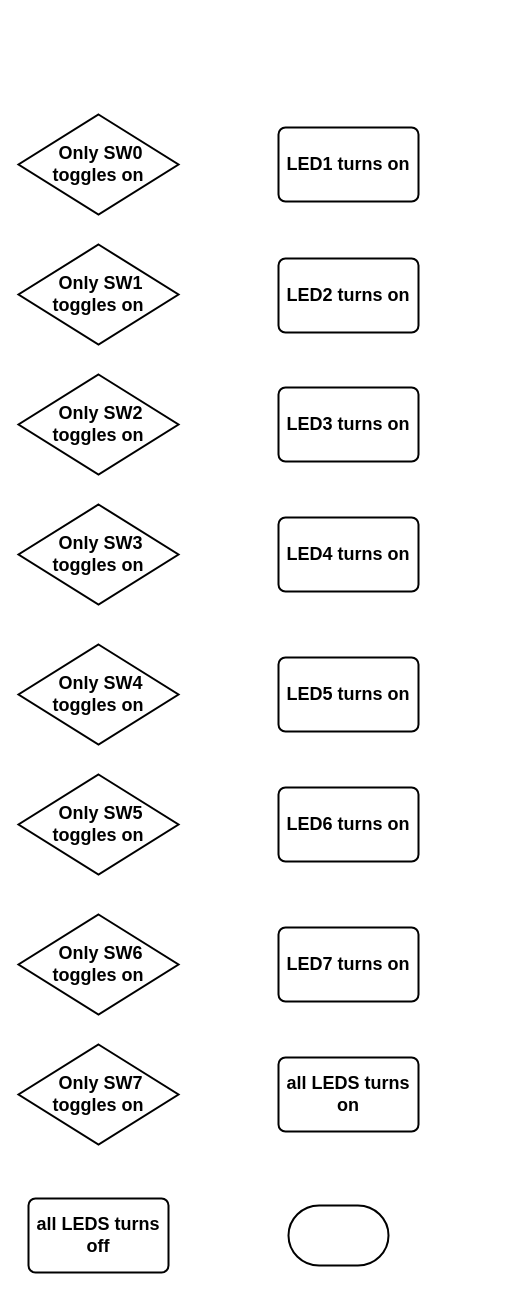
The draw.io diagram page "task1" (1 of 3) of MEC302_flowcharts.drawio in 1102131860/MEC302, before the edit. Source tidied: cells renumbered, new cells numbered last; positions are measured from the earlier drawing's top-left corner, leaving out a move shared by most shapes. Both pictures are drawn from the tidied source at 100%, with x=0, y=0 at pixel (18, 114).
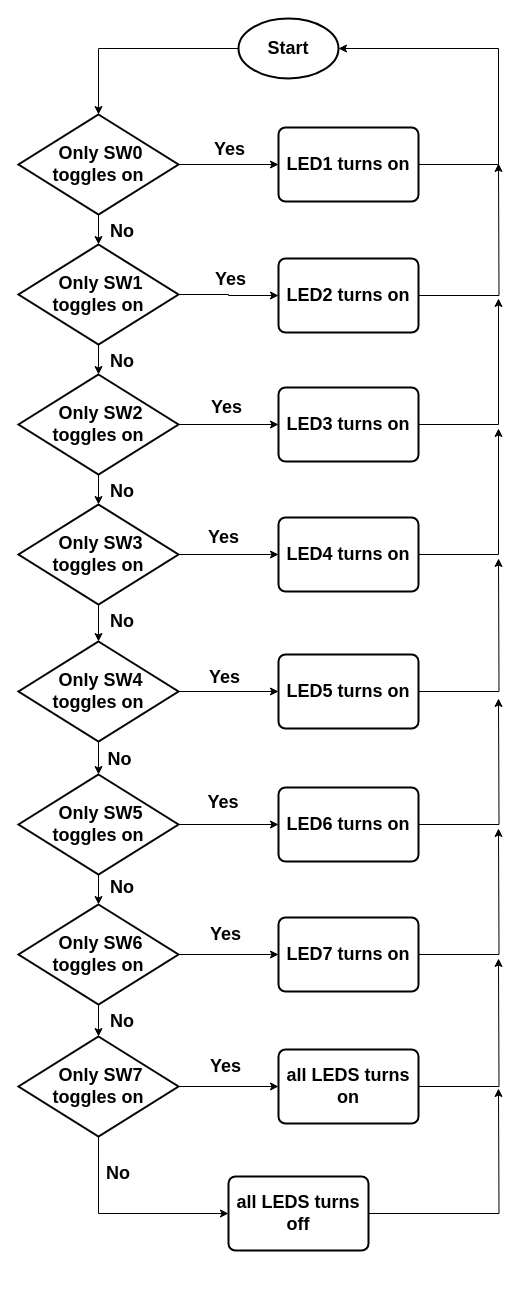
After the change.

Unchanged cells that the change refers to:
```xml
<mxCell id="2" value="&lt;b&gt;&lt;font style=&quot;font-size: 18px;&quot;&gt;&amp;nbsp;Only SW0 toggles on&lt;/font&gt;&lt;/b&gt;" style="strokeWidth=2;html=1;shape=mxgraph.flowchart.decision;whiteSpace=wrap;" parent="1" vertex="1">
  <mxGeometry width="160" height="100" as="geometry" />
</mxCell>
<mxCell id="3" value="&lt;b&gt;&lt;font style=&quot;font-size: 18px;&quot;&gt;&amp;nbsp;Only SW1 toggles on&lt;/font&gt;&lt;/b&gt;" style="strokeWidth=2;html=1;shape=mxgraph.flowchart.decision;whiteSpace=wrap;" parent="1" vertex="1">
  <mxGeometry y="130" width="160" height="100" as="geometry" />
</mxCell>
<mxCell id="4" value="&lt;b&gt;&lt;font style=&quot;font-size: 18px;&quot;&gt;&amp;nbsp;Only SW2 toggles on&lt;/font&gt;&lt;/b&gt;" style="strokeWidth=2;html=1;shape=mxgraph.flowchart.decision;whiteSpace=wrap;" parent="1" vertex="1">
  <mxGeometry y="260" width="160" height="100" as="geometry" />
</mxCell>
<mxCell id="5" value="&lt;b&gt;&lt;font style=&quot;font-size: 18px;&quot;&gt;&amp;nbsp;Only SW3 toggles on&lt;/font&gt;&lt;/b&gt;" style="strokeWidth=2;html=1;shape=mxgraph.flowchart.decision;whiteSpace=wrap;" parent="1" vertex="1">
  <mxGeometry y="390" width="160" height="100" as="geometry" />
</mxCell>
<mxCell id="7" value="&lt;b&gt;&lt;font style=&quot;font-size: 18px;&quot;&gt;&amp;nbsp;Only SW5 toggles on&lt;/font&gt;&lt;/b&gt;" style="strokeWidth=2;html=1;shape=mxgraph.flowchart.decision;whiteSpace=wrap;" parent="1" vertex="1">
  <mxGeometry y="660" width="160" height="100" as="geometry" />
</mxCell>
<mxCell id="10" value="&lt;font style=&quot;font-size: 18px;&quot;&gt;&lt;b&gt;LED1 turns on&lt;/b&gt;&lt;/font&gt;" style="rounded=1;whiteSpace=wrap;html=1;absoluteArcSize=1;arcSize=14;strokeWidth=2;" parent="1" vertex="1">
  <mxGeometry x="260" y="13" width="140" height="74" as="geometry" />
</mxCell>
<mxCell id="11" value="&lt;font style=&quot;font-size: 18px;&quot;&gt;&lt;b&gt;LED2 turns on&lt;/b&gt;&lt;/font&gt;" style="rounded=1;whiteSpace=wrap;html=1;absoluteArcSize=1;arcSize=14;strokeWidth=2;" parent="1" vertex="1">
  <mxGeometry x="260" y="144" width="140" height="74" as="geometry" />
</mxCell>
<mxCell id="12" value="&lt;font style=&quot;font-size: 18px;&quot;&gt;&lt;b&gt;LED3 turns on&lt;/b&gt;&lt;/font&gt;" style="rounded=1;whiteSpace=wrap;html=1;absoluteArcSize=1;arcSize=14;strokeWidth=2;" parent="1" vertex="1">
  <mxGeometry x="260" y="273" width="140" height="74" as="geometry" />
</mxCell>
<mxCell id="13" value="&lt;font style=&quot;font-size: 18px;&quot;&gt;&lt;b&gt;LED4 turns on&lt;/b&gt;&lt;/font&gt;" style="rounded=1;whiteSpace=wrap;html=1;absoluteArcSize=1;arcSize=14;strokeWidth=2;" parent="1" vertex="1">
  <mxGeometry x="260" y="403" width="140" height="74" as="geometry" />
</mxCell>
<mxCell id="15" value="&lt;font style=&quot;font-size: 18px;&quot;&gt;&lt;b&gt;LED6 turns on&lt;/b&gt;&lt;/font&gt;" style="rounded=1;whiteSpace=wrap;html=1;absoluteArcSize=1;arcSize=14;strokeWidth=2;" parent="1" vertex="1">
  <mxGeometry x="260" y="673" width="140" height="74" as="geometry" />
</mxCell>
```

What changed in the source:
```diff
@@
+    <mxCell id="20" style="edgeStyle=orthogonalEdgeStyle;rounded=0;jettySize=auto;html=1;exitX=1;exitY=0.5;exitDx=0;exitDy=0;exitPerimeter=0;entryX=0;entryY=0.5;entryDx=0;entryDy=0;" parent="1" edge="1" source="2" target="10">
+      <mxGeometry relative="1" as="geometry" />
+    </mxCell>
+    <mxCell id="21" value="&lt;b&gt;&lt;font style=&quot;font-size: 18px;&quot;&gt;Yes&lt;/font&gt;&lt;/b&gt;" style="edgeLabel;html=1;align=center;verticalAlign=middle;" parent="20" vertex="1">
+      <mxGeometry x="-0.21" y="2" relative="1" as="geometry">
+        <mxPoint x="10" y="-14" as="offset" />
+      </mxGeometry>
+    </mxCell>
+    <mxCell id="22" style="rounded=0;jettySize=auto;html=1;entryX=0.5;entryY=0;entryDx=0;entryDy=0;entryPerimeter=0;exitX=0.5;exitY=1;exitDx=0;exitDy=0;exitPerimeter=0;" parent="1" edge="1" source="2" target="3">
+      <mxGeometry relative="1" as="geometry" />
+    </mxCell>
@@
+    <mxCell id="23" style="edgeStyle=orthogonalEdgeStyle;rounded=0;jettySize=auto;html=1;exitX=1;exitY=0.5;exitDx=0;exitDy=0;exitPerimeter=0;entryX=0;entryY=0.5;entryDx=0;entryDy=0;" parent="1" edge="1" source="3" target="11">
+      <mxGeometry relative="1" as="geometry" />
+    </mxCell>
+    <mxCell id="24" style="rounded=0;jettySize=auto;html=1;entryX=0.5;entryY=0;entryDx=0;entryDy=0;entryPerimeter=0;exitX=0.5;exitY=1;exitDx=0;exitDy=0;exitPerimeter=0;" parent="1" edge="1" source="3" target="4">
+      <mxGeometry relative="1" as="geometry" />
+    </mxCell>
@@
+    <mxCell id="25" style="edgeStyle=orthogonalEdgeStyle;rounded=0;jettySize=auto;html=1;exitX=1;exitY=0.5;exitDx=0;exitDy=0;exitPerimeter=0;entryX=0;entryY=0.5;entryDx=0;entryDy=0;" parent="1" edge="1" source="4" target="12">
+      <mxGeometry relative="1" as="geometry" />
+    </mxCell>
+    <mxCell id="26" style="rounded=0;jettySize=auto;html=1;exitX=0.5;exitY=1;exitDx=0;exitDy=0;exitPerimeter=0;entryX=0.5;entryY=0;entryDx=0;entryDy=0;entryPerimeter=0;" parent="1" edge="1" source="4" target="5">
+      <mxGeometry relative="1" as="geometry" />
+    </mxCell>
@@
+    <mxCell id="27" style="edgeStyle=orthogonalEdgeStyle;rounded=0;jettySize=auto;html=1;exitX=1;exitY=0.5;exitDx=0;exitDy=0;exitPerimeter=0;entryX=0;entryY=0.5;entryDx=0;entryDy=0;" parent="1" edge="1" source="5" target="13">
+      <mxGeometry relative="1" as="geometry" />
+    </mxCell>
+    <mxCell id="28" style="edgeStyle=orthogonalEdgeStyle;rounded=0;jettySize=auto;html=1;entryX=0.5;entryY=0;entryDx=0;entryDy=0;entryPerimeter=0;exitX=0.5;exitY=1;exitDx=0;exitDy=0;exitPerimeter=0;" parent="1" edge="1" source="5" target="6">
+      <mxGeometry relative="1" as="geometry" />
+    </mxCell>
@@
+    <mxCell id="29" style="edgeStyle=orthogonalEdgeStyle;rounded=0;jettySize=auto;html=1;exitX=1;exitY=0.5;exitDx=0;exitDy=0;exitPerimeter=0;entryX=0;entryY=0.5;entryDx=0;entryDy=0;" parent="1" edge="1" source="6" target="14">
+      <mxGeometry relative="1" as="geometry" />
+    </mxCell>
+    <mxCell id="30" style="rounded=0;jettySize=auto;html=1;exitX=0.5;exitY=1;exitDx=0;exitDy=0;exitPerimeter=0;entryX=0.5;entryY=0;entryDx=0;entryDy=0;entryPerimeter=0;" parent="1" edge="1" source="6" target="7">
+      <mxGeometry relative="1" as="geometry" />
+    </mxCell>
+    <mxCell id="31" value="&lt;b style=&quot;font-size: 18px;&quot;&gt;No&lt;/b&gt;" style="edgeLabel;html=1;align=center;verticalAlign=middle;" parent="30" vertex="1">
+      <mxGeometry x="-0.15" y="3" relative="1" as="geometry">
+        <mxPoint x="17" y="3" as="offset" />
+      </mxGeometry>
+    </mxCell>
     <mxCell id="6" value="&lt;b&gt;&lt;font style=&quot;font-size: 18px;&quot;&gt;&amp;nbsp;Only SW4 toggles on&lt;/font&gt;&lt;/b&gt;" style="strokeWidth=2;html=1;shape=mxgraph.flowchart.decision;whiteSpace=wrap;" parent="1" vertex="1">
-      <mxGeometry y="530" width="160" height="100" as="geometry" />
+      <mxGeometry y="527" width="160" height="100" as="geometry" />
     </mxCell>
+    <mxCell id="32" style="edgeStyle=orthogonalEdgeStyle;rounded=0;jettySize=auto;html=1;exitX=1;exitY=0.5;exitDx=0;exitDy=0;exitPerimeter=0;entryX=0;entryY=0.5;entryDx=0;entryDy=0;" parent="1" edge="1" source="7" target="15">
+      <mxGeometry relative="1" as="geometry" />
+    </mxCell>
+    <mxCell id="33" style="rounded=0;jettySize=auto;html=1;exitX=0.5;exitY=1;exitDx=0;exitDy=0;exitPerimeter=0;entryX=0.5;entryY=0;entryDx=0;entryDy=0;entryPerimeter=0;" parent="1" edge="1" source="7" target="8">
+      <mxGeometry relative="1" as="geometry" />
+    </mxCell>
@@
+    <mxCell id="34" style="edgeStyle=orthogonalEdgeStyle;rounded=0;jettySize=auto;html=1;exitX=1;exitY=0.5;exitDx=0;exitDy=0;exitPerimeter=0;entryX=0;entryY=0.5;entryDx=0;entryDy=0;" parent="1" edge="1" source="8" target="16">
+      <mxGeometry relative="1" as="geometry" />
+    </mxCell>
+    <mxCell id="35" style="rounded=0;jettySize=auto;html=1;exitX=0.5;exitY=1;exitDx=0;exitDy=0;exitPerimeter=0;entryX=0.5;entryY=0;entryDx=0;entryDy=0;entryPerimeter=0;" parent="1" edge="1" source="8" target="9">
+      <mxGeometry relative="1" as="geometry" />
+    </mxCell>
     <mxCell id="8" value="&lt;b&gt;&lt;font style=&quot;font-size: 18px;&quot;&gt;&amp;nbsp;Only SW6 toggles on&lt;/font&gt;&lt;/b&gt;" style="strokeWidth=2;html=1;shape=mxgraph.flowchart.decision;whiteSpace=wrap;" parent="1" vertex="1">
-      <mxGeometry y="800" width="160" height="100" as="geometry" />
+      <mxGeometry y="790" width="160" height="100" as="geometry" />
     </mxCell>
+    <mxCell id="36" style="edgeStyle=orthogonalEdgeStyle;rounded=0;jettySize=auto;html=1;exitX=1;exitY=0.5;exitDx=0;exitDy=0;exitPerimeter=0;entryX=0;entryY=0.5;entryDx=0;entryDy=0;" parent="1" edge="1" source="9" target="17">
+      <mxGeometry relative="1" as="geometry" />
+    </mxCell>
     <mxCell id="9" value="&lt;b&gt;&lt;font style=&quot;font-size: 18px;&quot;&gt;&amp;nbsp;Only SW7 toggles on&lt;/font&gt;&lt;/b&gt;" style="strokeWidth=2;html=1;shape=mxgraph.flowchart.decision;whiteSpace=wrap;" parent="1" vertex="1">
-      <mxGeometry y="930" width="160" height="100" as="geometry" />
+      <mxGeometry y="922" width="160" height="100" as="geometry" />
     </mxCell>
@@
     <mxCell id="14" value="&lt;font style=&quot;font-size: 18px;&quot;&gt;&lt;b&gt;LED5 turns on&lt;/b&gt;&lt;/font&gt;" style="rounded=1;whiteSpace=wrap;html=1;absoluteArcSize=1;arcSize=14;strokeWidth=2;" parent="1" vertex="1">
-      <mxGeometry x="260" y="543" width="140" height="74" as="geometry" />
+      <mxGeometry x="260" y="540" width="140" height="74" as="geometry" />
     </mxCell>
@@
     <mxCell id="16" value="&lt;font style=&quot;font-size: 18px;&quot;&gt;&lt;b&gt;LED7 turns on&lt;/b&gt;&lt;/font&gt;" style="rounded=1;whiteSpace=wrap;html=1;absoluteArcSize=1;arcSize=14;strokeWidth=2;" parent="1" vertex="1">
-      <mxGeometry x="260" y="813" width="140" height="74" as="geometry" />
+      <mxGeometry x="260" y="803" width="140" height="74" as="geometry" />
     </mxCell>
     <mxCell id="17" value="&lt;font style=&quot;font-size: 18px;&quot;&gt;&lt;b&gt;all LEDS turns on&lt;/b&gt;&lt;/font&gt;" style="rounded=1;whiteSpace=wrap;html=1;absoluteArcSize=1;arcSize=14;strokeWidth=2;" parent="1" vertex="1">
-      <mxGeometry x="260" y="943" width="140" height="74" as="geometry" />
+      <mxGeometry x="260" y="935" width="140" height="74" as="geometry" />
     </mxCell>
     <mxCell id="18" value="&lt;font style=&quot;font-size: 18px;&quot;&gt;&lt;b&gt;all LEDS turns off&lt;/b&gt;&lt;/font&gt;" style="rounded=1;whiteSpace=wrap;html=1;absoluteArcSize=1;arcSize=14;strokeWidth=2;" parent="1" vertex="1">
-      <mxGeometry x="10" y="1084" width="140" height="74" as="geometry" />
+      <mxGeometry x="210" y="1062" width="140" height="74" as="geometry" />
     </mxCell>
-    <mxCell id="19" style="strokeWidth=2;html=1;shape=mxgraph.flowchart.terminator;whiteSpace=wrap;" parent="1" vertex="1">
-      <mxGeometry x="270" y="1091" width="100" height="60" as="geometry" />
-    </mxCell>
+    <mxCell id="37" value="&lt;b&gt;&lt;font style=&quot;font-size: 18px;&quot;&gt;Start&lt;/font&gt;&lt;/b&gt;" style="strokeWidth=2;html=1;shape=mxgraph.flowchart.start_1;whiteSpace=wrap;" parent="1" vertex="1">
+      <mxGeometry x="220" y="-96" width="100" height="60" as="geometry" />
+    </mxCell>
+    <mxCell id="38" style="endArrow=classic;html=1;rounded=0;entryX=0.5;entryY=0;entryDx=0;entryDy=0;entryPerimeter=0;exitX=0;exitY=0.5;exitDx=0;exitDy=0;exitPerimeter=0;edgeStyle=orthogonalEdgeStyle;" parent="1" edge="1" source="37" target="2">
+      <mxGeometry relative="1" as="geometry" />
+    </mxCell>
+    <mxCell id="39" style="endArrow=classic;html=1;rounded=0;entryX=1;entryY=0.5;entryDx=0;entryDy=0;entryPerimeter=0;exitX=1;exitY=0.5;exitDx=0;exitDy=0;edgeStyle=orthogonalEdgeStyle;" parent="1" edge="1" source="10" target="37">
+      <mxGeometry relative="1" as="geometry">
+        <Array as="points">
+          <mxPoint x="480" y="50" />
+          <mxPoint x="480" y="-66" />
+        </Array>
+      </mxGeometry>
+    </mxCell>
+    <mxCell id="40" style="endArrow=classic;html=1;rounded=0;exitX=1;exitY=0.5;exitDx=0;exitDy=0;edgeStyle=orthogonalEdgeStyle;" parent="1" edge="1" source="11">
+      <mxGeometry relative="1" as="geometry">
+        <mxPoint x="480" y="49" as="targetPoint" />
+      </mxGeometry>
+    </mxCell>
+    <mxCell id="41" value="&lt;b style=&quot;forced-color-adjust: none; color: rgb(0, 0, 0); font-family: Helvetica; font-size: 18px; font-style: normal; font-variant-ligatures: normal; font-variant-caps: normal; letter-spacing: normal; orphans: 2; text-align: center; text-indent: 0px; text-transform: none; widows: 2; word-spacing: 0px; -webkit-text-stroke-width: 0px; white-space: nowrap; background-color: rgb(255, 255, 255); text-decoration-thickness: initial; text-decoration-style: initial; text-decoration-color: initial;&quot;&gt;No&lt;/b&gt;" style="text;whiteSpace=wrap;html=1;" parent="1" vertex="1">
+      <mxGeometry x="90" y="490" width="30" height="30" as="geometry" />
+    </mxCell>
+    <mxCell id="42" value="&lt;b style=&quot;forced-color-adjust: none; color: rgb(0, 0, 0); font-family: Helvetica; font-size: 18px; font-style: normal; font-variant-ligatures: normal; font-variant-caps: normal; letter-spacing: normal; orphans: 2; text-align: center; text-indent: 0px; text-transform: none; widows: 2; word-spacing: 0px; -webkit-text-stroke-width: 0px; white-space: nowrap; background-color: rgb(255, 255, 255); text-decoration-thickness: initial; text-decoration-style: initial; text-decoration-color: initial;&quot;&gt;No&lt;/b&gt;" style="text;whiteSpace=wrap;html=1;" parent="1" vertex="1">
+      <mxGeometry x="90" y="360" width="30" height="30" as="geometry" />
+    </mxCell>
+    <mxCell id="43" value="&lt;b style=&quot;forced-color-adjust: none; color: rgb(0, 0, 0); font-family: Helvetica; font-size: 18px; font-style: normal; font-variant-ligatures: normal; font-variant-caps: normal; letter-spacing: normal; orphans: 2; text-align: center; text-indent: 0px; text-transform: none; widows: 2; word-spacing: 0px; -webkit-text-stroke-width: 0px; white-space: nowrap; background-color: rgb(255, 255, 255); text-decoration-thickness: initial; text-decoration-style: initial; text-decoration-color: initial;&quot;&gt;No&lt;/b&gt;" style="text;whiteSpace=wrap;html=1;" parent="1" vertex="1">
+      <mxGeometry x="90" y="230" width="30" height="30" as="geometry" />
+    </mxCell>
+    <mxCell id="44" value="&lt;b style=&quot;forced-color-adjust: none; color: rgb(0, 0, 0); font-family: Helvetica; font-size: 18px; font-style: normal; font-variant-ligatures: normal; font-variant-caps: normal; letter-spacing: normal; orphans: 2; text-align: center; text-indent: 0px; text-transform: none; widows: 2; word-spacing: 0px; -webkit-text-stroke-width: 0px; white-space: nowrap; background-color: rgb(255, 255, 255); text-decoration-thickness: initial; text-decoration-style: initial; text-decoration-color: initial;&quot;&gt;No&lt;/b&gt;" style="text;whiteSpace=wrap;html=1;" parent="1" vertex="1">
+      <mxGeometry x="90" y="100" width="30" height="30" as="geometry" />
+    </mxCell>
+    <mxCell id="45" value="&lt;b style=&quot;forced-color-adjust: none; color: rgb(0, 0, 0); font-family: Helvetica; font-size: 18px; font-style: normal; font-variant-ligatures: normal; font-variant-caps: normal; letter-spacing: normal; orphans: 2; text-align: center; text-indent: 0px; text-transform: none; widows: 2; word-spacing: 0px; -webkit-text-stroke-width: 0px; white-space: nowrap; background-color: rgb(255, 255, 255); text-decoration-thickness: initial; text-decoration-style: initial; text-decoration-color: initial;&quot;&gt;No&lt;/b&gt;" style="text;whiteSpace=wrap;html=1;" parent="1" vertex="1">
+      <mxGeometry x="90" y="756" width="30" height="34" as="geometry" />
+    </mxCell>
+    <mxCell id="46" value="&lt;b style=&quot;forced-color-adjust: none; color: rgb(0, 0, 0); font-family: Helvetica; font-size: 18px; font-style: normal; font-variant-ligatures: normal; font-variant-caps: normal; letter-spacing: normal; orphans: 2; text-align: center; text-indent: 0px; text-transform: none; widows: 2; word-spacing: 0px; -webkit-text-stroke-width: 0px; white-space: nowrap; background-color: rgb(255, 255, 255); text-decoration-thickness: initial; text-decoration-style: initial; text-decoration-color: initial;&quot;&gt;No&lt;/b&gt;" style="text;whiteSpace=wrap;html=1;" parent="1" vertex="1">
+      <mxGeometry x="90" y="890" width="30" height="34" as="geometry" />
+    </mxCell>
+    <mxCell id="47" value="&lt;b&gt;&lt;font style=&quot;font-size: 18px;&quot;&gt;Yes&lt;/font&gt;&lt;/b&gt;" style="edgeLabel;html=1;align=center;verticalAlign=middle;" parent="1" vertex="1">
+      <mxGeometry x="230" y="74" as="geometry">
+        <mxPoint x="-19" y="90" as="offset" />
+      </mxGeometry>
+    </mxCell>
+    <mxCell id="48" value="&lt;b&gt;&lt;font style=&quot;font-size: 18px;&quot;&gt;Yes&lt;/font&gt;&lt;/b&gt;" style="edgeLabel;html=1;align=center;verticalAlign=middle;" parent="1" vertex="1">
+      <mxGeometry x="240" y="74" as="geometry">
+        <mxPoint x="-33" y="218" as="offset" />
+      </mxGeometry>
+    </mxCell>
+    <mxCell id="49" value="&lt;b&gt;&lt;font style=&quot;font-size: 18px;&quot;&gt;Yes&lt;/font&gt;&lt;/b&gt;" style="edgeLabel;html=1;align=center;verticalAlign=middle;" parent="1" vertex="1">
+      <mxGeometry x="250" y="115" as="geometry">
+        <mxPoint x="-46" y="307" as="offset" />
+      </mxGeometry>
+    </mxCell>
+    <mxCell id="50" value="&lt;b&gt;&lt;font style=&quot;font-size: 18px;&quot;&gt;Yes&lt;/font&gt;&lt;/b&gt;" style="edgeLabel;html=1;align=center;verticalAlign=middle;" parent="1" vertex="1">
+      <mxGeometry x="280" y="294" as="geometry">
+        <mxPoint x="-75" y="268" as="offset" />
+      </mxGeometry>
+    </mxCell>
+    <mxCell id="51" value="&lt;b&gt;&lt;font style=&quot;font-size: 18px;&quot;&gt;Yes&lt;/font&gt;&lt;/b&gt;" style="text;html=1;align=center;verticalAlign=middle;whiteSpace=wrap;rounded=0;" parent="1" vertex="1">
+      <mxGeometry x="175" y="673" width="60" height="30" as="geometry" />
+    </mxCell>
+    <mxCell id="52" value="&lt;b style=&quot;forced-color-adjust: none; color: rgb(0, 0, 0); font-family: Helvetica; font-size: 12px; font-style: normal; font-variant-ligatures: normal; font-variant-caps: normal; letter-spacing: normal; orphans: 2; text-align: center; text-indent: 0px; text-transform: none; widows: 2; word-spacing: 0px; -webkit-text-stroke-width: 0px; white-space: normal; background-color: rgb(251, 251, 251); text-decoration-thickness: initial; text-decoration-style: initial; text-decoration-color: initial;&quot;&gt;&lt;font style=&quot;forced-color-adjust: none; font-size: 18px;&quot;&gt;Yes&lt;/font&gt;&lt;/b&gt;" style="text;whiteSpace=wrap;html=1;" parent="1" vertex="1">
+      <mxGeometry x="190" y="803" width="50" height="31" as="geometry" />
+    </mxCell>
+    <mxCell id="53" value="&lt;b style=&quot;forced-color-adjust: none; color: rgb(0, 0, 0); font-family: Helvetica; font-size: 12px; font-style: normal; font-variant-ligatures: normal; font-variant-caps: normal; letter-spacing: normal; orphans: 2; text-align: center; text-indent: 0px; text-transform: none; widows: 2; word-spacing: 0px; -webkit-text-stroke-width: 0px; white-space: normal; background-color: rgb(251, 251, 251); text-decoration-thickness: initial; text-decoration-style: initial; text-decoration-color: initial;&quot;&gt;&lt;font style=&quot;forced-color-adjust: none; font-size: 18px;&quot;&gt;Yes&lt;/font&gt;&lt;/b&gt;" style="text;whiteSpace=wrap;html=1;" parent="1" vertex="1">
+      <mxGeometry x="190" y="935" width="40" height="30" as="geometry" />
+    </mxCell>
+    <mxCell id="54" style="endArrow=classic;html=1;rounded=0;exitX=0.5;exitY=1;exitDx=0;exitDy=0;exitPerimeter=0;entryX=0;entryY=0.5;entryDx=0;entryDy=0;edgeStyle=orthogonalEdgeStyle;" parent="1" edge="1" source="9" target="18">
+      <mxGeometry relative="1" as="geometry" />
+    </mxCell>
+    <mxCell id="55" value="&lt;b&gt;&lt;font style=&quot;font-size: 18px;&quot;&gt;No&lt;/font&gt;&lt;/b&gt;" style="text;html=1;align=center;verticalAlign=middle;whiteSpace=wrap;rounded=0;" parent="1" vertex="1">
+      <mxGeometry x="70" y="1044" width="60" height="30" as="geometry" />
+    </mxCell>
+    <mxCell id="56" style="endArrow=classic;html=1;rounded=0;exitX=1;exitY=0.5;exitDx=0;exitDy=0;edgeStyle=elbowEdgeStyle;" parent="1" edge="1" source="12">
+      <mxGeometry relative="1" as="geometry">
+        <mxPoint x="480" y="184" as="targetPoint" />
+        <Array as="points">
+          <mxPoint x="480" y="254" />
+        </Array>
+      </mxGeometry>
+    </mxCell>
+    <mxCell id="57" style="endArrow=classic;html=1;rounded=0;exitX=1;exitY=0.5;exitDx=0;exitDy=0;edgeStyle=elbowEdgeStyle;" parent="1" edge="1" source="13">
+      <mxGeometry relative="1" as="geometry">
+        <mxPoint x="480" y="314" as="targetPoint" />
+        <Array as="points">
+          <mxPoint x="480" y="394" />
+        </Array>
+      </mxGeometry>
+    </mxCell>
+    <mxCell id="58" style="endArrow=classic;html=1;rounded=0;exitX=1;exitY=0.5;exitDx=0;exitDy=0;edgeStyle=orthogonalEdgeStyle;" parent="1" edge="1" source="14">
+      <mxGeometry relative="1" as="geometry">
+        <mxPoint x="480" y="444" as="targetPoint" />
+      </mxGeometry>
+    </mxCell>
+    <mxCell id="59" style="endArrow=classic;html=1;rounded=0;exitX=1;exitY=0.5;exitDx=0;exitDy=0;edgeStyle=orthogonalEdgeStyle;" parent="1" edge="1" source="15">
+      <mxGeometry relative="1" as="geometry">
+        <mxPoint x="480" y="584" as="targetPoint" />
+      </mxGeometry>
+    </mxCell>
+    <mxCell id="60" style="endArrow=classic;html=1;rounded=0;exitX=1;exitY=0.5;exitDx=0;exitDy=0;edgeStyle=orthogonalEdgeStyle;" parent="1" edge="1" source="16">
+      <mxGeometry relative="1" as="geometry">
+        <mxPoint x="480" y="714" as="targetPoint" />
+      </mxGeometry>
+    </mxCell>
+    <mxCell id="61" style="endArrow=classic;html=1;rounded=0;exitX=1;exitY=0.5;exitDx=0;exitDy=0;edgeStyle=orthogonalEdgeStyle;" parent="1" edge="1" source="17">
+      <mxGeometry relative="1" as="geometry">
+        <mxPoint x="480" y="844" as="targetPoint" />
+      </mxGeometry>
+    </mxCell>
+    <mxCell id="62" style="endArrow=classic;html=1;rounded=0;exitX=1;exitY=0.5;exitDx=0;exitDy=0;edgeStyle=orthogonalEdgeStyle;" parent="1" edge="1" source="18">
+      <mxGeometry relative="1" as="geometry">
+        <mxPoint x="480" y="974" as="targetPoint" />
+      </mxGeometry>
+    </mxCell>
```
